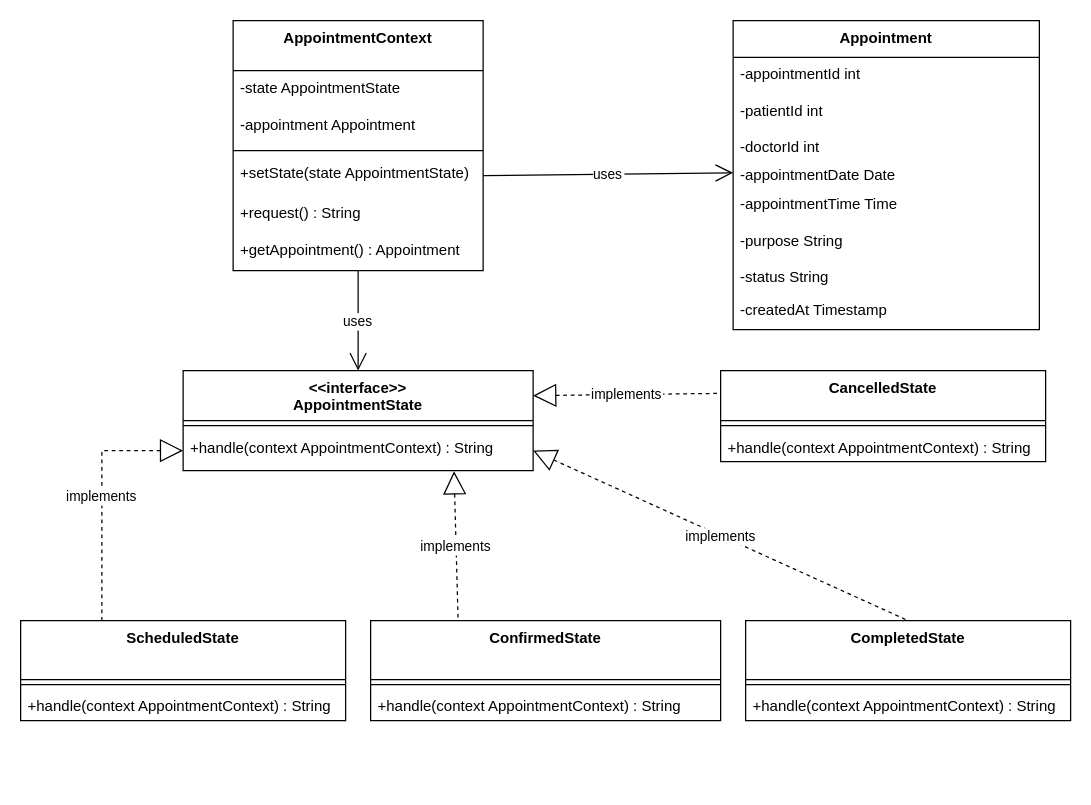
The draw.io diagram uml/State.drawio in TAAgnes3110/DesignPatterns, before the edit. Source tidied: cells renumbered, new cells numbered last; positions are measured from the earlier drawing's top-left corner, leaving out a move shared by most shapes. Both pictures are drawn from the tidied source at 125%, with x=0, y=0 at pixel (20, 20).
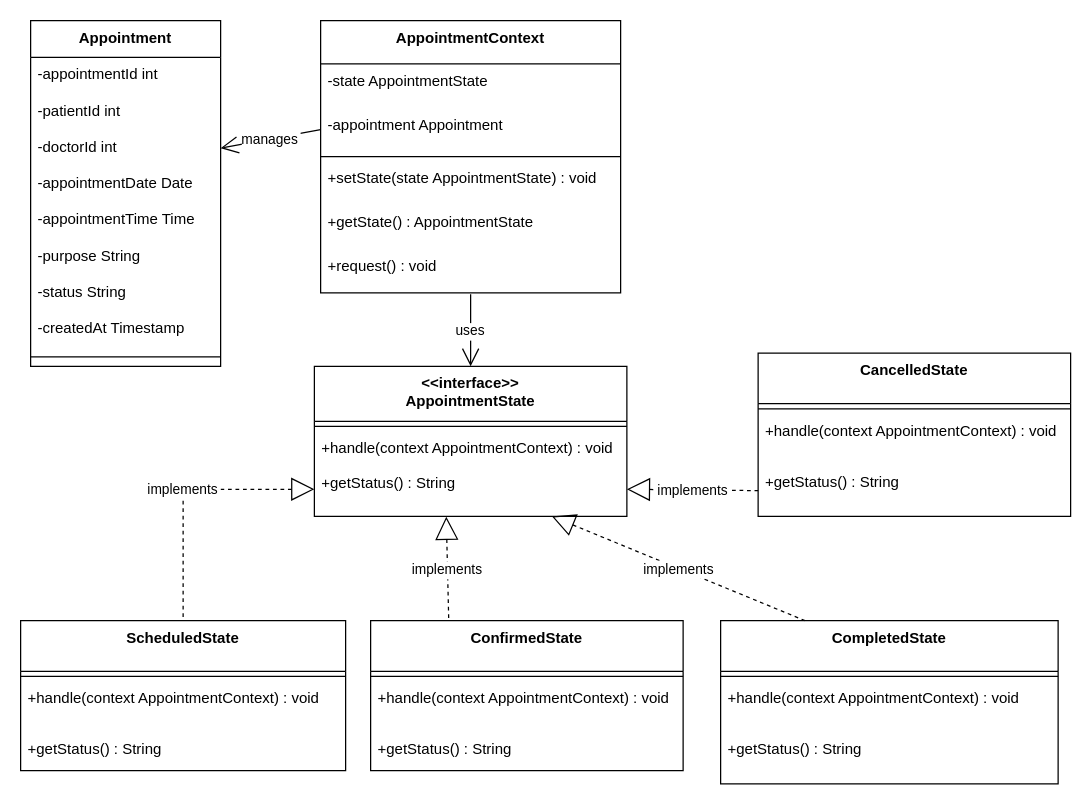
The same diagram, later.

Diff of the diagram source:
```diff
@@
-    <mxCell id="2" value="AppointmentContext" style="swimlane;fontStyle=1;align=center;verticalAlign=top;horizontal=1;startSize=40;" parent="1" vertex="1">
-      <mxGeometry x="170" width="200" height="200" as="geometry" />
-    </mxCell>
-    <mxCell id="3" value="-state AppointmentState" style="text;strokeColor=none;fillColor=none;align=left;verticalAlign=top;spacingLeft=4;spacingRight=4;overflow=hidden;" parent="2" vertex="1">
-      <mxGeometry y="40" width="200" height="30" as="geometry" />
-    </mxCell>
-    <mxCell id="4" value="-appointment Appointment" style="text;strokeColor=none;fillColor=none;align=left;verticalAlign=top;spacingLeft=4;spacingRight=4;overflow=hidden;points=[[0,0.5],[1,0.5]];portConstraint=eastwest;" parent="2" vertex="1">
-      <mxGeometry y="70" width="200" height="30" as="geometry" />
-    </mxCell>
-    <mxCell id="5" style="line;strokeWidth=1;fillColor=none;align=left;verticalAlign=middle;spacingTop=-1;spacingLeft=3;spacingRight=3;labelPosition=right;strokeColor=inherit;" parent="2" vertex="1">
-      <mxGeometry y="100" width="200" height="8" as="geometry" />
-    </mxCell>
-    <mxCell id="6" value="+setState(state AppointmentState)" style="text;strokeColor=none;fillColor=none;align=left;verticalAlign=top;spacingLeft=4;spacingRight=4;overflow=hidden;points=[[0,0.5],[1,0.5]];portConstraint=eastwest;" parent="2" vertex="1">
-      <mxGeometry y="108" width="200" height="32" as="geometry" />
-    </mxCell>
-    <mxCell id="7" value="+request() : String" style="text;strokeColor=none;fillColor=none;align=left;verticalAlign=top;spacingLeft=4;spacingRight=4;overflow=hidden;" parent="2" vertex="1">
-      <mxGeometry y="140" width="200" height="30" as="geometry" />
-    </mxCell>
-    <mxCell id="8" value="+getAppointment() : Appointment" style="text;strokeColor=none;fillColor=none;align=left;verticalAlign=top;spacingLeft=4;spacingRight=4;overflow=hidden;points=[[0,0.5],[1,0.5]];portConstraint=eastwest;" parent="2" vertex="1">
-      <mxGeometry y="170" width="200" height="30" as="geometry" />
-    </mxCell>
-    <mxCell id="9" value="&lt;&lt;interface&gt;&gt;&#10;AppointmentState" style="swimlane;fontStyle=1;align=center;verticalAlign=top;horizontal=1;startSize=40;" parent="1" vertex="1">
-      <mxGeometry x="130" y="280" width="280" height="80" as="geometry" />
-    </mxCell>
-    <mxCell id="10" style="line;strokeWidth=1;fillColor=none;align=left;verticalAlign=middle;spacingTop=-1;spacingLeft=3;spacingRight=3;labelPosition=right;strokeColor=inherit;" parent="9" vertex="1">
-      <mxGeometry y="40" width="280" height="8" as="geometry" />
-    </mxCell>
-    <mxCell id="11" value="+handle(context AppointmentContext) : String" style="text;strokeColor=none;fillColor=none;align=left;verticalAlign=top;spacingLeft=4;spacingRight=4;overflow=hidden;points=[[0,0.5],[1,0.5]];portConstraint=eastwest;" parent="9" vertex="1">
-      <mxGeometry y="48" width="280" height="32" as="geometry" />
-    </mxCell>
-    <mxCell id="12" value="ScheduledState" style="swimlane;fontStyle=1;align=center;verticalAlign=top;horizontal=1;startSize=47.2;" parent="1" vertex="1">
-      <mxGeometry y="480" width="260" height="80" as="geometry" />
-    </mxCell>
-    <mxCell id="13" style="line;strokeWidth=1;fillColor=none;align=left;verticalAlign=middle;spacingTop=-1;spacingLeft=3;spacingRight=3;labelPosition=right;strokeColor=inherit;" parent="12" vertex="1">
-      <mxGeometry y="47.2" width="260" height="8" as="geometry" />
-    </mxCell>
-    <mxCell id="14" value="+handle(context AppointmentContext) : String" style="text;strokeColor=none;fillColor=none;align=left;verticalAlign=top;spacingLeft=4;spacingRight=4;overflow=hidden;" parent="12" vertex="1">
-      <mxGeometry y="55.2" width="260" height="24.8" as="geometry" />
-    </mxCell>
-    <mxCell id="15" value="ConfirmedState" style="swimlane;fontStyle=1;align=center;verticalAlign=top;horizontal=1;startSize=47.2;" parent="1" vertex="1">
-      <mxGeometry x="280" y="480" width="280" height="80" as="geometry" />
-    </mxCell>
-    <mxCell id="16" style="line;strokeWidth=1;fillColor=none;align=left;verticalAlign=middle;spacingTop=-1;spacingLeft=3;spacingRight=3;labelPosition=right;strokeColor=inherit;" parent="15" vertex="1">
-      <mxGeometry y="47.2" width="280" height="8" as="geometry" />
-    </mxCell>
-    <mxCell id="17" value="+handle(context AppointmentContext) : String" style="text;strokeColor=none;fillColor=none;align=left;verticalAlign=top;spacingLeft=4;spacingRight=4;overflow=hidden;" parent="15" vertex="1">
-      <mxGeometry y="55.2" width="280" height="24.8" as="geometry" />
-    </mxCell>
-    <mxCell id="18" value="CompletedState" style="swimlane;fontStyle=1;align=center;verticalAlign=top;horizontal=1;startSize=47.2;" parent="1" vertex="1">
-      <mxGeometry x="580" y="480" width="260" height="80" as="geometry" />
-    </mxCell>
-    <mxCell id="19" style="line;strokeWidth=1;fillColor=none;align=left;verticalAlign=middle;spacingTop=-1;spacingLeft=3;spacingRight=3;labelPosition=right;strokeColor=inherit;" parent="18" vertex="1">
-      <mxGeometry y="47.2" width="260" height="8" as="geometry" />
-    </mxCell>
-    <mxCell id="20" value="+handle(context AppointmentContext) : String" style="text;strokeColor=none;fillColor=none;align=left;verticalAlign=top;spacingLeft=4;spacingRight=4;overflow=hidden;" parent="18" vertex="1">
-      <mxGeometry y="55.2" width="260" height="24.8" as="geometry" />
-    </mxCell>
-    <mxCell id="21" value="CancelledState" style="swimlane;fontStyle=1;align=center;verticalAlign=top;horizontal=1;startSize=40;" parent="1" vertex="1">
-      <mxGeometry x="560" y="280" width="260" height="72.8" as="geometry" />
-    </mxCell>
-    <mxCell id="22" style="line;strokeWidth=1;fillColor=none;align=left;verticalAlign=middle;spacingTop=-1;spacingLeft=3;spacingRight=3;labelPosition=right;strokeColor=inherit;" parent="21" vertex="1">
-      <mxGeometry y="40" width="260" height="8" as="geometry" />
-    </mxCell>
-    <mxCell id="23" value="+handle(context AppointmentContext) : String" style="text;strokeColor=none;fillColor=none;align=left;verticalAlign=top;spacingLeft=4;spacingRight=4;overflow=hidden;" parent="21" vertex="1">
-      <mxGeometry y="48" width="260" height="24.8" as="geometry" />
-    </mxCell>
     <mxCell id="24" value="Appointment" style="swimlane;fontStyle=1;align=center;verticalAlign=top;horizontal=1;startSize=29.473684210526315;" parent="1" vertex="1">
-      <mxGeometry x="570" width="245" height="247.1" as="geometry" />
+      <mxGeometry x="8" width="152" height="276.5" as="geometry" />
     </mxCell>
     <mxCell id="25" value="-appointmentId int" style="text;strokeColor=none;fillColor=none;align=left;verticalAlign=top;spacingLeft=4;spacingRight=4;overflow=hidden;" parent="24" vertex="1">
-      <mxGeometry y="29.5" width="245" height="29" as="geometry" />
+      <mxGeometry y="29.5" width="152" height="29" as="geometry" />
     </mxCell>
     <mxCell id="26" value="-patientId int" style="text;strokeColor=none;fillColor=none;align=left;verticalAlign=top;spacingLeft=4;spacingRight=4;overflow=hidden;" parent="24" vertex="1">
-      <mxGeometry y="58.5" width="245" height="29" as="geometry" />
+      <mxGeometry y="58.5" width="152" height="29" as="geometry" />
     </mxCell>
     <mxCell id="27" value="-doctorId int" style="text;strokeColor=none;fillColor=none;align=left;verticalAlign=top;spacingLeft=4;spacingRight=4;overflow=hidden;points=[[0,0.5],[1,0.5]];portConstraint=eastwest;" parent="24" vertex="1">
-      <mxGeometry y="87.5" width="245" height="22.5" as="geometry" />
+      <mxGeometry y="87.5" width="152" height="29" as="geometry" />
     </mxCell>
     <mxCell id="28" value="-appointmentDate Date" style="text;strokeColor=none;fillColor=none;align=left;verticalAlign=top;spacingLeft=4;spacingRight=4;overflow=hidden;points=[[0,0.5],[1,0.5]];portConstraint=eastwest;" parent="24" vertex="1">
-      <mxGeometry y="110" width="245" height="23.5" as="geometry" />
+      <mxGeometry y="116.5" width="152" height="29" as="geometry" />
     </mxCell>
     <mxCell id="29" value="-appointmentTime Time" style="text;strokeColor=none;fillColor=none;align=left;verticalAlign=top;spacingLeft=4;spacingRight=4;overflow=hidden;" parent="24" vertex="1">
-      <mxGeometry y="133.5" width="245" height="29" as="geometry" />
+      <mxGeometry y="145.5" width="152" height="29" as="geometry" />
     </mxCell>
     <mxCell id="30" value="-purpose String" style="text;strokeColor=none;fillColor=none;align=left;verticalAlign=top;spacingLeft=4;spacingRight=4;overflow=hidden;" parent="24" vertex="1">
-      <mxGeometry y="162.5" width="245" height="29" as="geometry" />
+      <mxGeometry y="174.5" width="152" height="29" as="geometry" />
     </mxCell>
     <mxCell id="31" value="-status String" style="text;strokeColor=none;fillColor=none;align=left;verticalAlign=top;spacingLeft=4;spacingRight=4;overflow=hidden;" parent="24" vertex="1">
-      <mxGeometry y="191.5" width="245" height="26.5" as="geometry" />
+      <mxGeometry y="203.5" width="152" height="29" as="geometry" />
     </mxCell>
     <mxCell id="32" value="-createdAt Timestamp" style="text;strokeColor=none;fillColor=none;align=left;verticalAlign=top;spacingLeft=4;spacingRight=4;overflow=hidden;" parent="24" vertex="1">
-      <mxGeometry y="218.1" width="245" height="29" as="geometry" />
+      <mxGeometry y="232.5" width="152" height="29" as="geometry" />
     </mxCell>
-    <mxCell id="33" value="uses" style="startArrow=none;endArrow=open;endSize=12;exitX=0.5;exitY=1.009;entryX=0.5;entryY=0;rounded=0;exitDx=0;exitDy=0;exitPerimeter=0;" parent="1" edge="1" source="8" target="9">
-      <mxGeometry relative="1" as="geometry" />
-    </mxCell>
-    <mxCell id="34" value="uses" style="startArrow=none;endArrow=open;endSize=12;exitX=1;exitY=0.5;entryX=0;entryY=0.5;rounded=0;entryDx=0;entryDy=0;exitDx=0;exitDy=0;" parent="1" edge="1" source="6" target="28">
-      <mxGeometry relative="1" as="geometry" />
-    </mxCell>
-    <mxCell id="35" value="implements" style="dashed=1;startArrow=block;startSize=16;startFill=0;endArrow=none;exitX=0;exitY=0.5;entryX=0.25;entryY=0;rounded=0;exitDx=0;exitDy=0;edgeStyle=orthogonalEdgeStyle;entryDx=0;entryDy=0;" parent="1" edge="1" source="11" target="12">
-      <mxGeometry relative="1" as="geometry" />
-    </mxCell>
-    <mxCell id="36" value="implements" style="dashed=1;startArrow=block;startSize=16;startFill=0;endArrow=none;exitX=0.774;exitY=1.015;entryX=0.25;entryY=0;rounded=0;entryDx=0;entryDy=0;exitDx=0;exitDy=0;exitPerimeter=0;" parent="1" edge="1" source="11" target="15">
-      <mxGeometry relative="1" as="geometry" />
-    </mxCell>
-    <mxCell id="37" value="implements" style="dashed=1;startArrow=block;startSize=16;startFill=0;endArrow=none;exitX=1;exitY=0.5;entryX=0.5;entryY=0;rounded=0;exitDx=0;exitDy=0;" parent="1" edge="1" source="11" target="18">
-      <mxGeometry relative="1" as="geometry" />
-    </mxCell>
-    <mxCell id="38" value="implements" style="dashed=1;startArrow=block;startSize=16;startFill=0;endArrow=none;exitX=1;exitY=0.25;entryX=0;entryY=0.25;rounded=0;entryDx=0;entryDy=0;exitDx=0;exitDy=0;" parent="1" edge="1" source="9" target="21">
-      <mxGeometry relative="1" as="geometry" />
-    </mxCell>
+    <mxCell id="39" style="line;strokeWidth=1;fillColor=none;align=left;verticalAlign=middle;spacingTop=-1;spacingLeft=3;spacingRight=3;labelPosition=right;strokeColor=inherit;" parent="24" vertex="1">
+      <mxGeometry y="261.5" width="152" height="15" as="geometry" />
+    </mxCell>
+    <mxCell id="9" value="&lt;&lt;interface&gt;&gt;&#10;AppointmentState" style="swimlane;fontStyle=1;align=center;verticalAlign=top;horizontal=1;startSize=44;" parent="1" vertex="1">
+      <mxGeometry x="235" y="276.5" width="250" height="120" as="geometry" />
+    </mxCell>
+    <mxCell id="40" style="line;strokeWidth=1;fillColor=none;align=left;verticalAlign=middle;spacingTop=-1;spacingLeft=3;spacingRight=3;labelPosition=right;strokeColor=inherit;" parent="9" vertex="1">
+      <mxGeometry y="44" width="250" height="8" as="geometry" />
+    </mxCell>
+    <mxCell id="41" value="+handle(context AppointmentContext) : void" style="text;strokeColor=none;fillColor=none;align=left;verticalAlign=top;spacingLeft=4;spacingRight=4;overflow=hidden;" parent="9" vertex="1">
+      <mxGeometry y="52" width="250" height="28" as="geometry" />
+    </mxCell>
+    <mxCell id="42" value="+getStatus() : String" style="text;strokeColor=none;fillColor=none;align=left;verticalAlign=top;spacingLeft=4;spacingRight=4;overflow=hidden;points=[[0,0.5],[1,0.5]];portConstraint=eastwest;" parent="9" vertex="1">
+      <mxGeometry y="80" width="250" height="40" as="geometry" />
+    </mxCell>
+    <mxCell id="12" value="ScheduledState" style="swimlane;fontStyle=1;align=center;verticalAlign=top;horizontal=1;startSize=40.57142857142857;" parent="1" vertex="1">
+      <mxGeometry y="480" width="260" height="120" as="geometry" />
+    </mxCell>
+    <mxCell id="43" style="line;strokeWidth=1;fillColor=none;align=left;verticalAlign=middle;spacingTop=-1;spacingLeft=3;spacingRight=3;labelPosition=right;strokeColor=inherit;" parent="12" vertex="1">
+      <mxGeometry y="40.6" width="260" height="8" as="geometry" />
+    </mxCell>
+    <mxCell id="44" value="+handle(context AppointmentContext) : void" style="text;strokeColor=none;fillColor=none;align=left;verticalAlign=top;spacingLeft=4;spacingRight=4;overflow=hidden;" parent="12" vertex="1">
+      <mxGeometry y="48.6" width="260" height="41" as="geometry" />
+    </mxCell>
+    <mxCell id="45" value="+getStatus() : String" style="text;strokeColor=none;fillColor=none;align=left;verticalAlign=top;spacingLeft=4;spacingRight=4;overflow=hidden;" parent="12" vertex="1">
+      <mxGeometry y="89.6" width="260" height="30.4" as="geometry" />
+    </mxCell>
+    <mxCell id="15" value="ConfirmedState" style="swimlane;fontStyle=1;align=center;verticalAlign=top;horizontal=1;startSize=40.57142857142857;" parent="1" vertex="1">
+      <mxGeometry x="280" y="480" width="250" height="120" as="geometry" />
+    </mxCell>
+    <mxCell id="46" style="line;strokeWidth=1;fillColor=none;align=left;verticalAlign=middle;spacingTop=-1;spacingLeft=3;spacingRight=3;labelPosition=right;strokeColor=inherit;" parent="15" vertex="1">
+      <mxGeometry y="40.6" width="250" height="8" as="geometry" />
+    </mxCell>
+    <mxCell id="47" value="+handle(context AppointmentContext) : void" style="text;strokeColor=none;fillColor=none;align=left;verticalAlign=top;spacingLeft=4;spacingRight=4;overflow=hidden;" parent="15" vertex="1">
+      <mxGeometry y="48.6" width="250" height="41" as="geometry" />
+    </mxCell>
+    <mxCell id="48" value="+getStatus() : String" style="text;strokeColor=none;fillColor=none;align=left;verticalAlign=top;spacingLeft=4;spacingRight=4;overflow=hidden;" parent="15" vertex="1">
+      <mxGeometry y="89.6" width="250" height="30.4" as="geometry" />
+    </mxCell>
+    <mxCell id="18" value="CompletedState" style="swimlane;fontStyle=1;align=center;verticalAlign=top;horizontal=1;startSize=40.57142857142857;" parent="1" vertex="1">
+      <mxGeometry x="560" y="480" width="270" height="130.6" as="geometry" />
+    </mxCell>
+    <mxCell id="49" style="line;strokeWidth=1;fillColor=none;align=left;verticalAlign=middle;spacingTop=-1;spacingLeft=3;spacingRight=3;labelPosition=right;strokeColor=inherit;" parent="18" vertex="1">
+      <mxGeometry y="40.6" width="270" height="8" as="geometry" />
+    </mxCell>
+    <mxCell id="50" value="+handle(context AppointmentContext) : void" style="text;strokeColor=none;fillColor=none;align=left;verticalAlign=top;spacingLeft=4;spacingRight=4;overflow=hidden;" parent="18" vertex="1">
+      <mxGeometry y="48.6" width="270" height="41" as="geometry" />
+    </mxCell>
+    <mxCell id="51" value="+getStatus() : String" style="text;strokeColor=none;fillColor=none;align=left;verticalAlign=top;spacingLeft=4;spacingRight=4;overflow=hidden;" parent="18" vertex="1">
+      <mxGeometry y="89.6" width="270" height="41" as="geometry" />
+    </mxCell>
+    <mxCell id="21" value="CancelledState" style="swimlane;fontStyle=1;align=center;verticalAlign=top;horizontal=1;startSize=40.57142857142857;" parent="1" vertex="1">
+      <mxGeometry x="590" y="265.9" width="250" height="130.6" as="geometry" />
+    </mxCell>
+    <mxCell id="52" style="line;strokeWidth=1;fillColor=none;align=left;verticalAlign=middle;spacingTop=-1;spacingLeft=3;spacingRight=3;labelPosition=right;strokeColor=inherit;" parent="21" vertex="1">
+      <mxGeometry y="40.6" width="250" height="8" as="geometry" />
+    </mxCell>
+    <mxCell id="53" value="+handle(context AppointmentContext) : void" style="text;strokeColor=none;fillColor=none;align=left;verticalAlign=top;spacingLeft=4;spacingRight=4;overflow=hidden;" parent="21" vertex="1">
+      <mxGeometry y="48.6" width="250" height="41" as="geometry" />
+    </mxCell>
+    <mxCell id="54" value="+getStatus() : String" style="text;strokeColor=none;fillColor=none;align=left;verticalAlign=top;spacingLeft=4;spacingRight=4;overflow=hidden;points=[[0,0.5],[1,0.5]];portConstraint=eastwest;" parent="21" vertex="1">
+      <mxGeometry y="89.6" width="250" height="41" as="geometry" />
+    </mxCell>
+    <mxCell id="2" value="AppointmentContext" style="swimlane;fontStyle=1;align=center;verticalAlign=top;horizontal=1;startSize=34.666666666666664;" parent="1" vertex="1">
+      <mxGeometry x="240" width="240" height="217.7" as="geometry" />
+    </mxCell>
+    <mxCell id="3" value="-state AppointmentState" style="text;strokeColor=none;fillColor=none;align=left;verticalAlign=top;spacingLeft=4;spacingRight=4;overflow=hidden;" parent="2" vertex="1">
+      <mxGeometry y="34.7" width="240" height="35" as="geometry" />
+    </mxCell>
+    <mxCell id="4" value="-appointment Appointment" style="text;strokeColor=none;fillColor=none;align=left;verticalAlign=top;spacingLeft=4;spacingRight=4;overflow=hidden;points=[[0,0.5],[1,0.5]];portConstraint=eastwest;" parent="2" vertex="1">
+      <mxGeometry y="69.7" width="240" height="35" as="geometry" />
+    </mxCell>
+    <mxCell id="55" style="line;strokeWidth=1;fillColor=none;align=left;verticalAlign=middle;spacingTop=-1;spacingLeft=3;spacingRight=3;labelPosition=right;strokeColor=inherit;" parent="2" vertex="1">
+      <mxGeometry y="104.7" width="240" height="8" as="geometry" />
+    </mxCell>
+    <mxCell id="56" value="+setState(state AppointmentState) : void" style="text;strokeColor=none;fillColor=none;align=left;verticalAlign=top;spacingLeft=4;spacingRight=4;overflow=hidden;" parent="2" vertex="1">
+      <mxGeometry y="112.7" width="240" height="35" as="geometry" />
+    </mxCell>
+    <mxCell id="57" value="+getState() : AppointmentState" style="text;strokeColor=none;fillColor=none;align=left;verticalAlign=top;spacingLeft=4;spacingRight=4;overflow=hidden;" parent="2" vertex="1">
+      <mxGeometry y="147.7" width="240" height="35" as="geometry" />
+    </mxCell>
+    <mxCell id="58" value="+request() : void" style="text;strokeColor=none;fillColor=none;align=left;verticalAlign=top;spacingLeft=4;spacingRight=4;overflow=hidden;points=[[0,0.5],[1,0.5]];portConstraint=eastwest;" parent="2" vertex="1">
+      <mxGeometry y="182.7" width="240" height="35" as="geometry" />
+    </mxCell>
+    <mxCell id="59" value="implements" style="dashed=1;startArrow=block;startSize=16;startFill=0;endArrow=none;exitX=0;exitY=0.82;entryX=0.5;entryY=0;rounded=0;edgeStyle=orthogonalEdgeStyle;" parent="1" edge="1" source="9" target="12">
+      <mxGeometry relative="1" as="geometry" />
+    </mxCell>
+    <mxCell id="60" value="implements" style="dashed=1;startArrow=block;startSize=16;startFill=0;endArrow=none;exitX=0.422;exitY=1.008;entryX=0.25;entryY=0;rounded=0;exitDx=0;exitDy=0;exitPerimeter=0;entryDx=0;entryDy=0;" parent="1" edge="1" source="42" target="15">
+      <mxGeometry relative="1" as="geometry" />
+    </mxCell>
+    <mxCell id="61" value="implements" style="dashed=1;startArrow=block;startSize=16;startFill=0;endArrow=none;exitX=0.76;exitY=1;entryX=0.25;entryY=0;rounded=0;entryDx=0;entryDy=0;" parent="1" edge="1" source="9" target="18">
+      <mxGeometry relative="1" as="geometry" />
+    </mxCell>
+    <mxCell id="62" value="implements" style="dashed=1;startArrow=block;startSize=16;startFill=0;endArrow=none;exitX=1;exitY=0.82;entryX=0;entryY=0.5;rounded=0;entryDx=0;entryDy=0;" parent="1" edge="1" source="9" target="54">
+      <mxGeometry relative="1" as="geometry" />
+    </mxCell>
+    <mxCell id="63" value="uses" style="startArrow=none;endArrow=open;endSize=12;exitX=0.5;exitY=1.032;entryX=0.5;entryY=0;rounded=0;exitDx=0;exitDy=0;exitPerimeter=0;" parent="1" edge="1" source="58" target="9">
+      <mxGeometry relative="1" as="geometry" />
+    </mxCell>
+    <mxCell id="64" value="manages" style="startArrow=none;endArrow=open;endSize=12;exitX=0;exitY=0.5;rounded=0;exitDx=0;exitDy=0;entryX=1;entryY=0.5;entryDx=0;entryDy=0;" parent="1" edge="1" source="4" target="27">
+      <mxGeometry relative="1" as="geometry" />
+    </mxCell>
```
